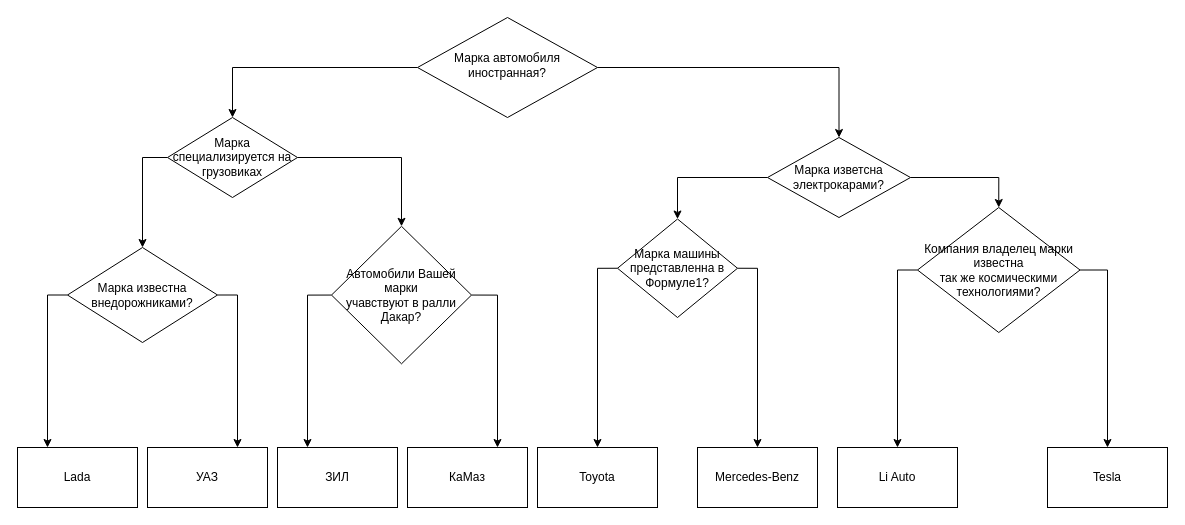
Above: term7/IS/lab1_ex4.drawio in ortemx/university (draw.io), before the change. Source tidied: cells renumbered, new cells numbered last; positions are measured from the earlier drawing's top-left corner, leaving out a move shared by most shapes. Both pictures are drawn from the tidied source at 100%, with x=0, y=0 at pixel (17, 17).
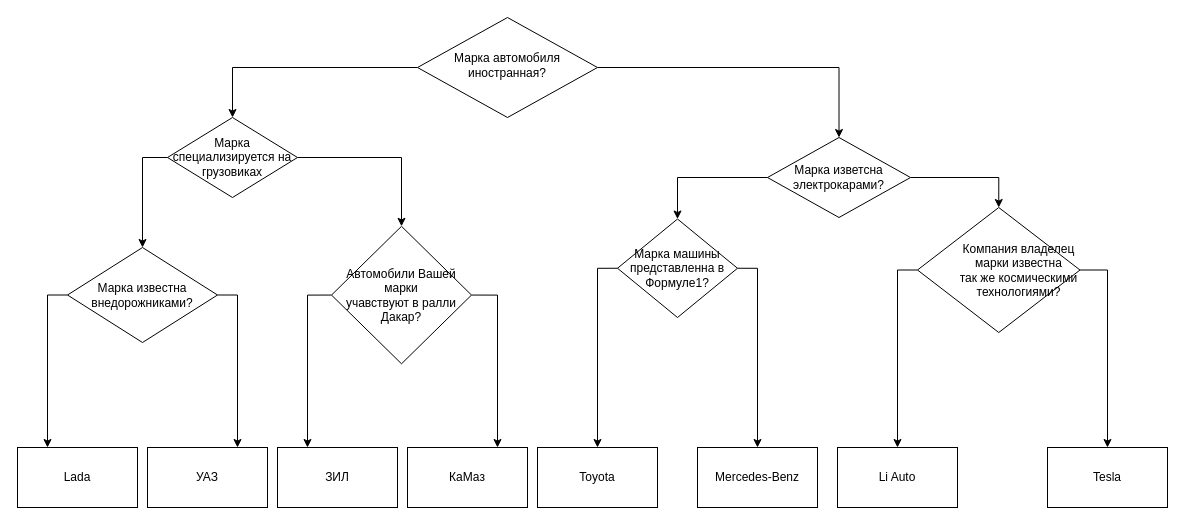
Above is the later version.

Diff of the diagram source:
```diff
@@
-    <mxCell id="7" value="Компания владелец марки известна&lt;br&gt;так же космическими технологиями?" style="rhombus;whiteSpace=wrap;html=1;" parent="1" vertex="1">
+    <mxCell id="7" value="&lt;blockquote style=&quot;margin: 0 0 0 40px; border: none; padding: 0px;&quot;&gt;Компания владелец марки известна&lt;br&gt;так же космическими технологиями?&lt;/blockquote&gt;" style="rhombus;whiteSpace=wrap;html=1;" parent="1" vertex="1">
       <mxGeometry x="900" y="190" width="162.5" height="125" as="geometry" />
     </mxCell>
```
